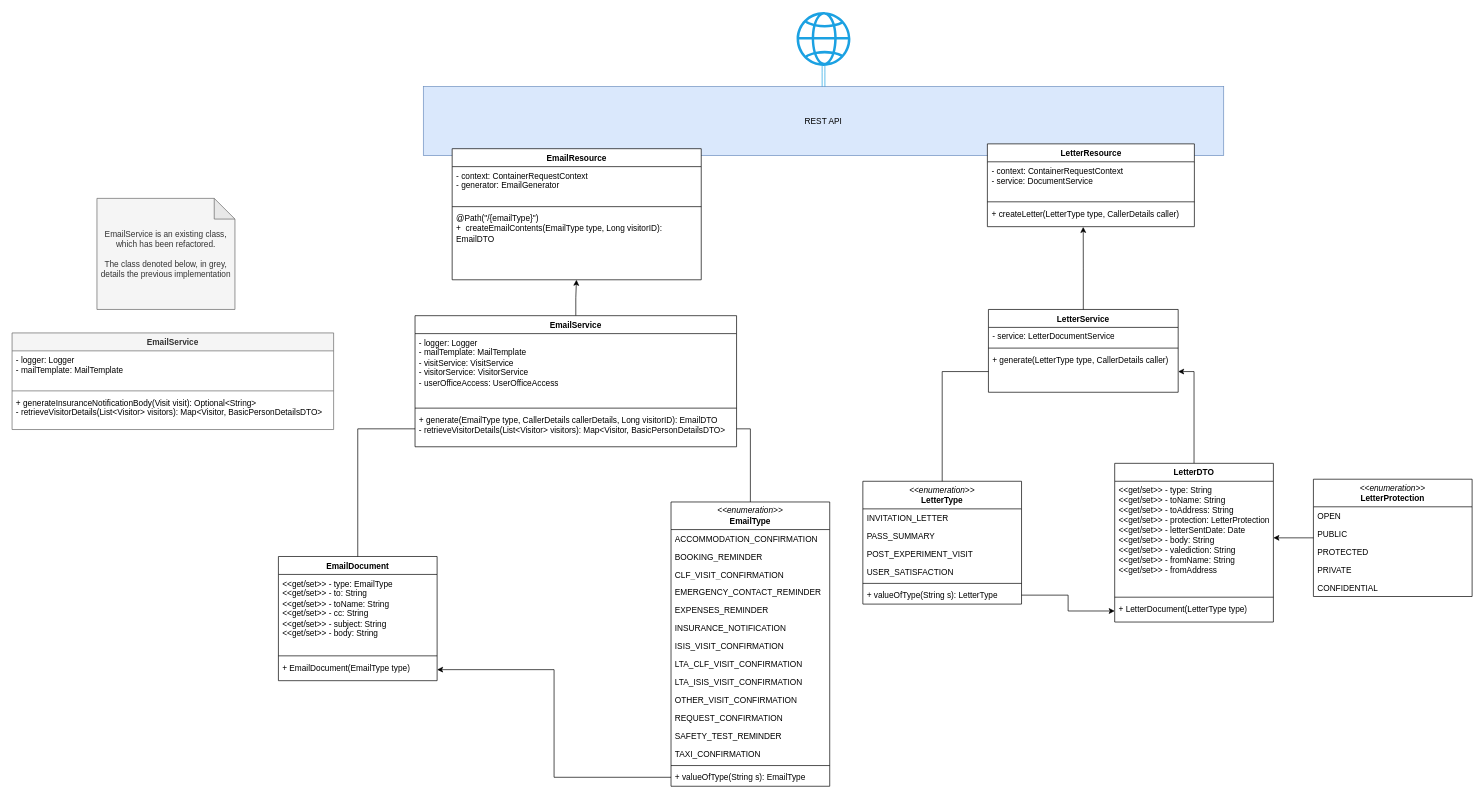
ambolt314/FinalProjectDesign keeps this draw.io diagram as Document generation class diagram.drawio. Above is the earlier version. Source tidied: cells renumbered, new cells numbered last; positions are measured from the earlier drawing's top-left corner, leaving out a move shared by most shapes. Both pictures are drawn from the tidied source at 69%, with x=0, y=0 at pixel (12, 12).
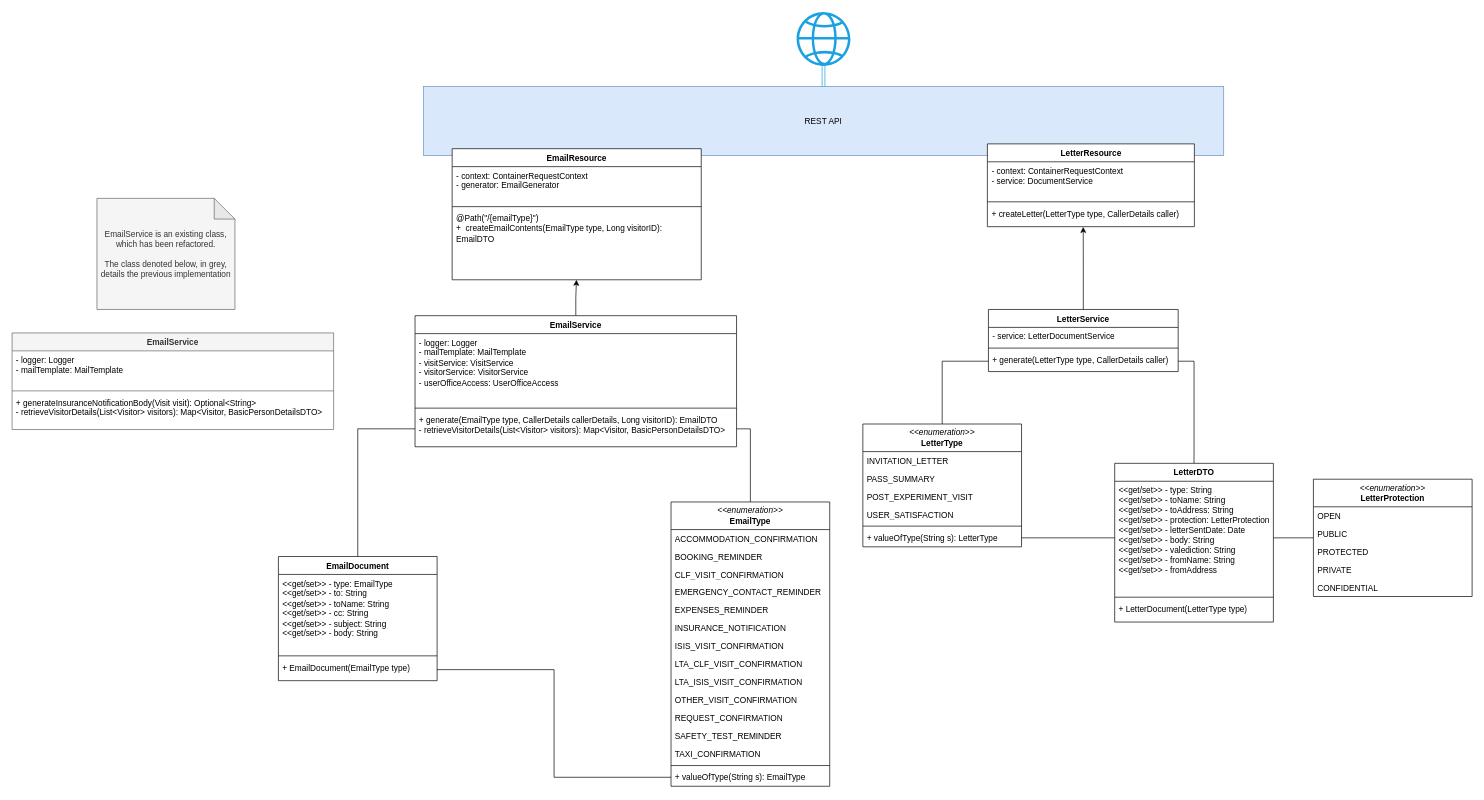
The same page after the edit.

Commit message:
Changes to arrow direction

The change refers to these unchanged cells:
```xml
<mxCell id="10" value="+ EmailDocument(EmailType type)" style="text;strokeColor=none;fillColor=none;align=left;verticalAlign=top;spacingLeft=4;spacingRight=4;overflow=hidden;points=[[0,0.5],[1,0.5]];portConstraint=eastwest;whiteSpace=wrap;html=1;" parent="7" vertex="1">
  <mxGeometry y="148" width="230" height="32" as="geometry" />
</mxCell>
<mxCell id="30" value="+ valueOfType(String s): EmailType" style="text;strokeColor=none;fillColor=none;align=left;verticalAlign=top;spacingLeft=4;spacingRight=4;overflow=hidden;points=[[0,0.5],[1,0.5]];portConstraint=eastwest;whiteSpace=wrap;html=1;" parent="15" vertex="1">
  <mxGeometry y="386" width="230" height="26" as="geometry" />
</mxCell>
<mxCell id="38" value="+ valueOfType(String s): LetterType" style="text;strokeColor=none;fillColor=none;align=left;verticalAlign=top;spacingLeft=4;spacingRight=4;overflow=hidden;points=[[0,0.5],[1,0.5]];portConstraint=eastwest;whiteSpace=wrap;html=1;" parent="32" vertex="1">
  <mxGeometry y="152" width="230" height="26" as="geometry" />
</mxCell>
<mxCell id="40" value="LetterDTO" style="swimlane;fontStyle=1;align=center;verticalAlign=top;horizontal=1;startSize=26;whiteSpace=wrap;html=1;" parent="1" vertex="1">
  <mxGeometry x="1598" y="654" width="230" height="230" as="geometry" />
</mxCell>
<mxCell id="41" value="&lt;div&gt;&amp;lt;&amp;lt;get/set&amp;gt;&amp;gt; - type: String&lt;br&gt;&lt;/div&gt;&lt;div&gt;&amp;lt;&amp;lt;get/set&amp;gt;&amp;gt; - toName: String&lt;br&gt;&lt;/div&gt;&lt;div&gt;&amp;lt;&amp;lt;get/set&amp;gt;&amp;gt; - toAddress: String&lt;br&gt;&lt;/div&gt;&lt;div&gt;&amp;lt;&amp;lt;get/set&amp;gt;&amp;gt; - protection: LetterProtection&lt;br&gt;&lt;/div&gt;&lt;div&gt;&amp;lt;&amp;lt;get/set&amp;gt;&amp;gt; - letterSentDate: Date&lt;br&gt;&lt;/div&gt;&lt;div&gt;&amp;lt;&amp;lt;get/set&amp;gt;&amp;gt; - body: String&lt;br&gt;&lt;/div&gt;&lt;div&gt;&amp;lt;&amp;lt;get/set&amp;gt;&amp;gt; - valediction: String&lt;br&gt;&lt;/div&gt;&lt;div&gt;&amp;lt;&amp;lt;get/set&amp;gt;&amp;gt; - fromName: String&lt;/div&gt;&lt;div&gt;&amp;lt;&amp;lt;get/set&amp;gt;&amp;gt; - fromAddress&lt;br&gt;&lt;/div&gt;" style="text;strokeColor=none;fillColor=none;align=left;verticalAlign=top;spacingLeft=4;spacingRight=4;overflow=hidden;points=[[0,0.5],[1,0.5]];portConstraint=eastwest;whiteSpace=wrap;html=1;" parent="40" vertex="1">
  <mxGeometry y="26" width="230" height="164" as="geometry" />
</mxCell>
<mxCell id="43" value="+ LetterDocument(LetterType type)" style="text;strokeColor=none;fillColor=none;align=left;verticalAlign=top;spacingLeft=4;spacingRight=4;overflow=hidden;points=[[0,0.5],[1,0.5]];portConstraint=eastwest;whiteSpace=wrap;html=1;" parent="40" vertex="1">
  <mxGeometry y="198" width="230" height="32" as="geometry" />
</mxCell>
<mxCell id="66" value="&lt;div&gt;&lt;i&gt;&amp;lt;&amp;lt;enumeration&amp;gt;&amp;gt;&lt;/i&gt;&lt;/div&gt;&lt;div&gt;&lt;b&gt;LetterProtection&lt;/b&gt;&lt;br&gt;&lt;/div&gt;" style="swimlane;fontStyle=0;horizontal=1;startSize=40;fillColor=none;whiteSpace=wrap;html=1;" parent="1" vertex="1">
  <mxGeometry x="1886" y="677" width="230" height="170" as="geometry" />
</mxCell>
```

The edit, as a diff of the source:
```diff
@@
     <mxCell id="32" value="&lt;div&gt;&lt;i&gt;&amp;lt;&amp;lt;enumeration&amp;gt;&amp;gt;&lt;/i&gt;&lt;/div&gt;&lt;div&gt;&lt;b&gt;LetterType&lt;/b&gt;&lt;br&gt;&lt;/div&gt;" style="swimlane;fontStyle=0;horizontal=1;startSize=40;fillColor=none;whiteSpace=wrap;html=1;" parent="1" vertex="1">
-      <mxGeometry x="1233" y="680" width="230" height="178" as="geometry" />
+      <mxGeometry x="1233" y="597" width="230" height="178" as="geometry" />
     </mxCell>
@@
-    <mxCell id="39" style="edgeStyle=orthogonalEdgeStyle;rounded=0;jettySize=auto;html=1;exitX=0.5;exitY=0;exitDx=0;exitDy=0;" parent="1" edge="1" source="40" target="52">
+    <mxCell id="39" style="edgeStyle=orthogonalEdgeStyle;rounded=0;jettySize=auto;html=1;exitX=0.5;exitY=0;exitDx=0;exitDy=0;endArrow=none;endFill=0;" parent="1" edge="1" source="40" target="52">
       <mxGeometry relative="1" as="geometry" />
     </mxCell>
@@
-    <mxCell id="44" style="edgeStyle=orthogonalEdgeStyle;rounded=0;jettySize=auto;html=1;entryX=0;entryY=0.5;entryDx=0;entryDy=0;endArrow=classic;endFill=1;exitX=1;exitY=0.5;exitDx=0;exitDy=0;" parent="1" edge="1" source="38" target="43">
+    <mxCell id="44" style="edgeStyle=orthogonalEdgeStyle;rounded=0;jettySize=auto;html=1;entryX=0;entryY=0.5;entryDx=0;entryDy=0;endArrow=none;endFill=0;exitX=1;exitY=0.5;exitDx=0;exitDy=0;" parent="1" edge="1" source="38" target="41">
       <mxGeometry relative="1" as="geometry" />
     </mxCell>
@@
     <mxCell id="49" value="LetterService" style="swimlane;fontStyle=1;align=center;verticalAlign=top;horizontal=1;startSize=26;whiteSpace=wrap;html=1;" parent="1" vertex="1">
-      <mxGeometry x="1415" y="431" width="275" height="120" as="geometry" />
+      <mxGeometry x="1415" y="431" width="275" height="90" as="geometry" />
     </mxCell>
@@
     <mxCell id="52" value="&lt;div&gt;+ generate(LetterType type, CallerDetails caller)&lt;/div&gt;" style="text;strokeColor=none;fillColor=none;align=left;verticalAlign=top;spacingLeft=4;spacingRight=4;overflow=hidden;points=[[0,0.5],[1,0.5]];portConstraint=eastwest;whiteSpace=wrap;html=1;" parent="49" vertex="1">
-      <mxGeometry y="60" width="275" height="60" as="geometry" />
+      <mxGeometry y="60" width="275" height="30" as="geometry" />
     </mxCell>
@@
-    <mxCell id="60" style="edgeStyle=orthogonalEdgeStyle;rounded=0;jettySize=auto;html=1;startArrow=classic;startFill=1;endArrow=none;endFill=0;exitX=1;exitY=0.5;exitDx=0;exitDy=0;entryX=0;entryY=0.5;entryDx=0;entryDy=0;" parent="1" edge="1" source="10" target="30">
+    <mxCell id="60" style="edgeStyle=orthogonalEdgeStyle;rounded=0;jettySize=auto;html=1;startArrow=none;startFill=0;endArrow=none;endFill=0;exitX=1;exitY=0.5;exitDx=0;exitDy=0;entryX=0;entryY=0.5;entryDx=0;entryDy=0;" parent="1" edge="1" source="10" target="30">
       <mxGeometry relative="1" as="geometry" />
     </mxCell>
@@
-    <mxCell id="65" style="edgeStyle=orthogonalEdgeStyle;rounded=0;jettySize=auto;html=1;entryX=1;entryY=0.5;entryDx=0;entryDy=0;" parent="1" edge="1" source="66" target="41">
+    <mxCell id="65" style="edgeStyle=orthogonalEdgeStyle;rounded=0;jettySize=auto;html=1;entryX=1;entryY=0.5;entryDx=0;entryDy=0;endArrow=none;endFill=0;" parent="1" edge="1" source="66" target="41">
       <mxGeometry relative="1" as="geometry" />
     </mxCell>
```
